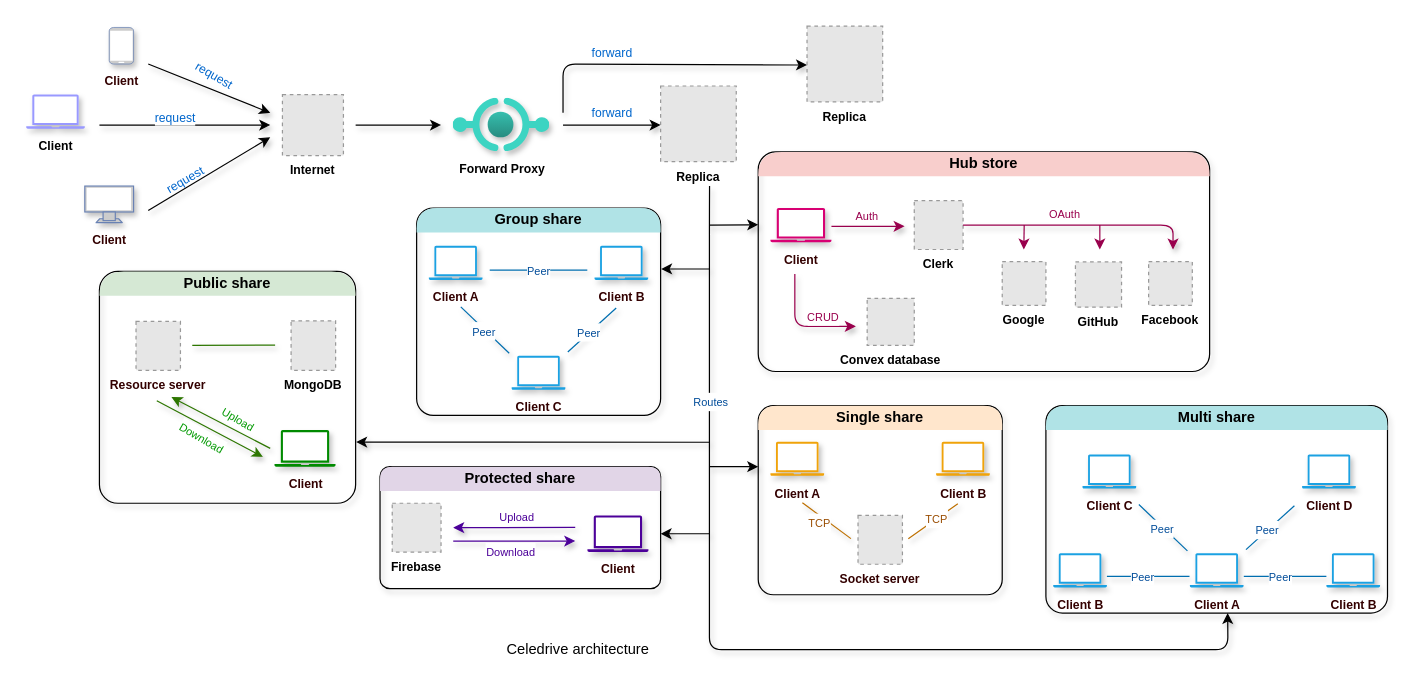
The draw.io diagram docs/architecture.drawio in thuongtruong109/celedrive, before the edit. Source tidied: cells renumbered, new cells numbered last; positions are measured from the earlier drawing's top-left corner, leaving out a move shared by most shapes. Both pictures are drawn from the tidied source at 122%, with x=0, y=0 at pixel (26, 26). Pictures stored in the file or linked from it are replaced by grey dashed boxes.
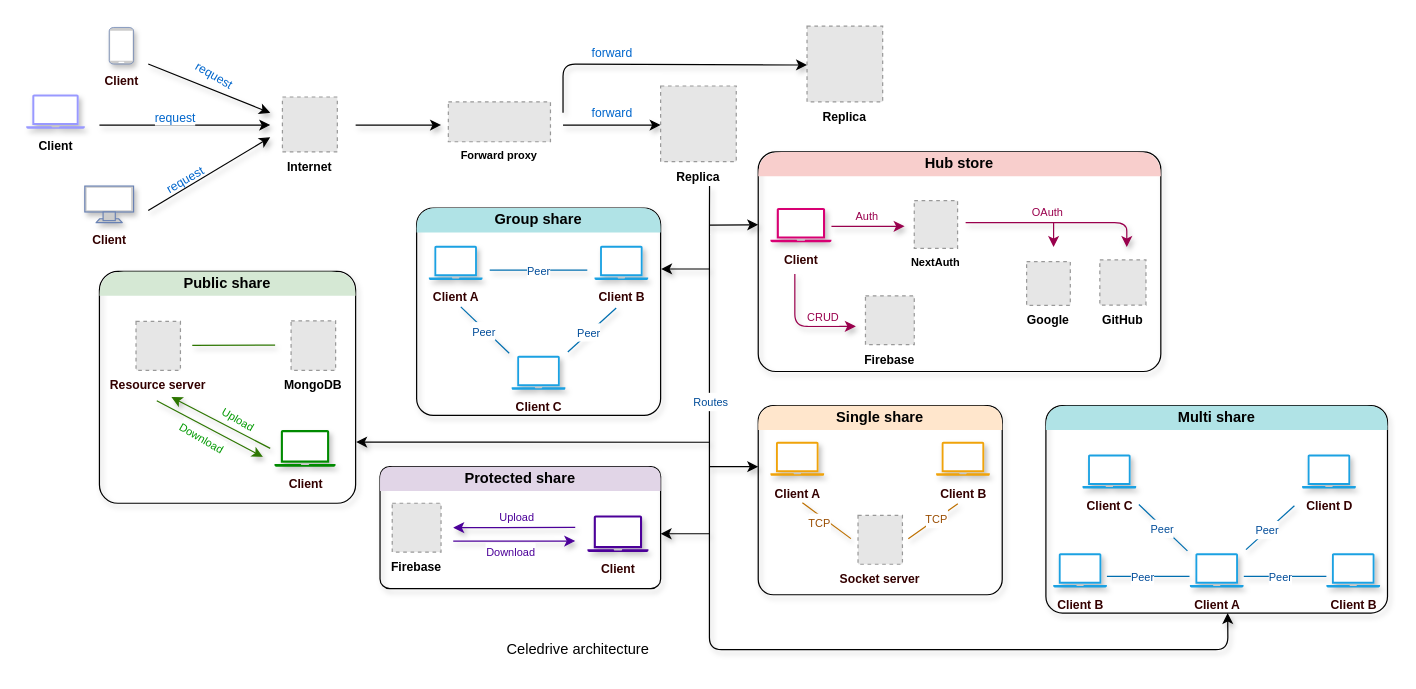
Above is the later version.

Diff of the diagram source:
```diff
@@
     <mxCell id="9" value="Internet" style="fillColor=#E6E6E6;strokeColor=#999999;dashed=1;verticalLabelPosition=bottom;labelBackgroundColor=default;verticalAlign=top;fontSize=10;fontStyle=1;" parent="1" vertex="1">
-      <mxGeometry x="210" y="56" width="50" height="50" as="geometry" />
+      <mxGeometry x="210" y="58" width="45" height="45" as="geometry" />
     </mxCell>
@@
-    <mxCell id="16" value="&lt;font style=&quot;font-size: 10px;&quot;&gt;&lt;b&gt;Forward Proxy&lt;/b&gt;&lt;/font&gt;" style="image;html=1;align=center;fontSize=12;image=img/lib/azure2/other/API_Proxy.svg;clipPath=inset(0% 0% 0% 0%);shadow=1;" parent="1" vertex="1">
-      <mxGeometry x="350" y="59" width="79.2" height="44" as="geometry" />
-    </mxCell>
@@
     <mxCell id="31" style="rounded=1;whiteSpace=wrap;html=1;strokeColor=default;align=center;verticalAlign=middle;fontFamily=Helvetica;fontSize=12;fontColor=default;fillColor=none;arcSize=8;shadow=1;" parent="1" vertex="1">
-      <mxGeometry x="600" y="103" width="370" height="180" as="geometry" />
+      <mxGeometry x="600" y="103" width="330" height="180" as="geometry" />
     </mxCell>
     <mxCell id="32" value="Hub store" style="swimlane;whiteSpace=wrap;html=1;rounded=1;dashed=1;strokeColor=none;align=center;verticalAlign=middle;fontFamily=Helvetica;fontSize=12;fillColor=#f8cecc;arcSize=32;startSize=20;shadow=0;" parent="1" vertex="1">
-      <mxGeometry x="600" y="103" width="370" height="40" as="geometry" />
+      <mxGeometry x="600" y="103" width="330" height="40" as="geometry" />
     </mxCell>
@@
-    <mxCell id="67" value="Convex database" style="fillColor=#E6E6E6;strokeColor=#999999;dashed=1;verticalLabelPosition=bottom;labelBackgroundColor=default;verticalAlign=top;fontStyle=1;fontSize=10;" parent="1" vertex="1">
-      <mxGeometry x="689.3" y="223" width="38.6" height="38.6" as="geometry" />
-    </mxCell>
@@
-    <mxCell id="70" value="Clerk" style="fillColor=#E6E6E6;strokeColor=#999999;dashed=1;verticalLabelPosition=bottom;labelBackgroundColor=default;verticalAlign=top;fontStyle=1;fontSize=10;" parent="1" vertex="1">
-      <mxGeometry x="727.9" y="143" width="40" height="40" as="geometry" />
-    </mxCell>
@@
     <mxCell id="73" style="endArrow=classic;html=1;rounded=1;fontFamily=Helvetica;fontSize=12;fontColor=default;curved=0;strokeColor=#99004D;shadow=1;" parent="1" edge="1">
       <mxGeometry relative="1" as="geometry">
-        <mxPoint x="767.9" y="163" as="sourcePoint" />
-        <mxPoint x="940" y="183" as="targetPoint" />
+        <mxPoint x="770" y="161" as="sourcePoint" />
+        <mxPoint x="902.1" y="181" as="targetPoint" />
         <Array as="points">
-          <mxPoint x="940" y="163" />
+          <mxPoint x="902.1" y="161" />
         </Array>
       </mxGeometry>
     </mxCell>
@@
     <mxCell id="75" value="GitHub" style="fillColor=#E6E6E6;strokeColor=#999999;dashed=1;verticalLabelPosition=bottom;labelBackgroundColor=default;verticalAlign=top;fontSize=10;fontStyle=1;" parent="1" vertex="1">
-      <mxGeometry x="860" y="193.2" width="37.8" height="37.1" as="geometry" />
+      <mxGeometry x="880" y="191.5" width="37.8" height="37.1" as="geometry" />
     </mxCell>
     <mxCell id="76" value="Google" style="fillColor=#E6E6E6;strokeColor=#999999;dashed=1;verticalLabelPosition=bottom;labelBackgroundColor=default;verticalAlign=top;fontStyle=1;fontSize=10;" parent="1" vertex="1">
-      <mxGeometry x="800" y="193" width="35.8" height="35.8" as="geometry" />
+      <mxGeometry x="820" y="193" width="35.8" height="35.8" as="geometry" />
     </mxCell>
-    <mxCell id="77" value="Facebook" style="fillColor=#E6E6E6;strokeColor=#999999;dashed=1;verticalLabelPosition=bottom;labelBackgroundColor=default;verticalAlign=top;fontStyle=1;fontSize=10;" parent="1" vertex="1">
-      <mxGeometry x="920" y="193" width="35.8" height="35.8" as="geometry" />
-    </mxCell>
     <mxCell id="78" style="endArrow=classic;html=1;rounded=0;fontFamily=Helvetica;fontSize=12;fontColor=default;strokeColor=#99004D;" parent="1" edge="1">
       <mxGeometry relative="1" as="geometry">
-        <mxPoint x="880" y="163" as="sourcePoint" />
-        <mxPoint x="880" y="183" as="targetPoint" />
+        <mxPoint x="842.1" y="161" as="sourcePoint" />
+        <mxPoint x="842.1" y="181" as="targetPoint" />
       </mxGeometry>
     </mxCell>
-    <mxCell id="79" style="endArrow=classic;html=1;rounded=0;fontFamily=Helvetica;fontSize=12;fontColor=default;strokeColor=#99004D;" parent="1" edge="1">
-      <mxGeometry relative="1" as="geometry">
-        <mxPoint x="818" y="163" as="sourcePoint" />
-        <mxPoint x="817.7" y="183" as="targetPoint" />
-      </mxGeometry>
-    </mxCell>
@@
+    <mxCell id="100" value="Firebase" style="fillColor=#E6E6E6;strokeColor=#999999;dashed=1;verticalLabelPosition=bottom;labelBackgroundColor=default;verticalAlign=top;fontStyle=1;fontSize=10;" parent="1" vertex="1">
+      <mxGeometry x="687.9" y="221" width="40" height="40" as="geometry" />
+    </mxCell>
+    <mxCell id="101" value="Forward proxy" style="fillColor=#E6E6E6;strokeColor=#999999;dashed=1;verticalLabelPosition=bottom;labelBackgroundColor=default;verticalAlign=top;fontSize=9;fontStyle=1;" parent="1" vertex="1">
+      <mxGeometry x="346" y="62" width="83.7" height="32.7" as="geometry" />
+    </mxCell>
+    <mxCell id="102" value="NextAuth" style="fillColor=#E6E6E6;strokeColor=#999999;dashed=1;verticalLabelPosition=bottom;labelBackgroundColor=default;verticalAlign=top;fontSize=9;fontStyle=1;" parent="1" vertex="1">
+      <mxGeometry x="727.9" y="143" width="35.5" height="39" as="geometry" />
+    </mxCell>
```
